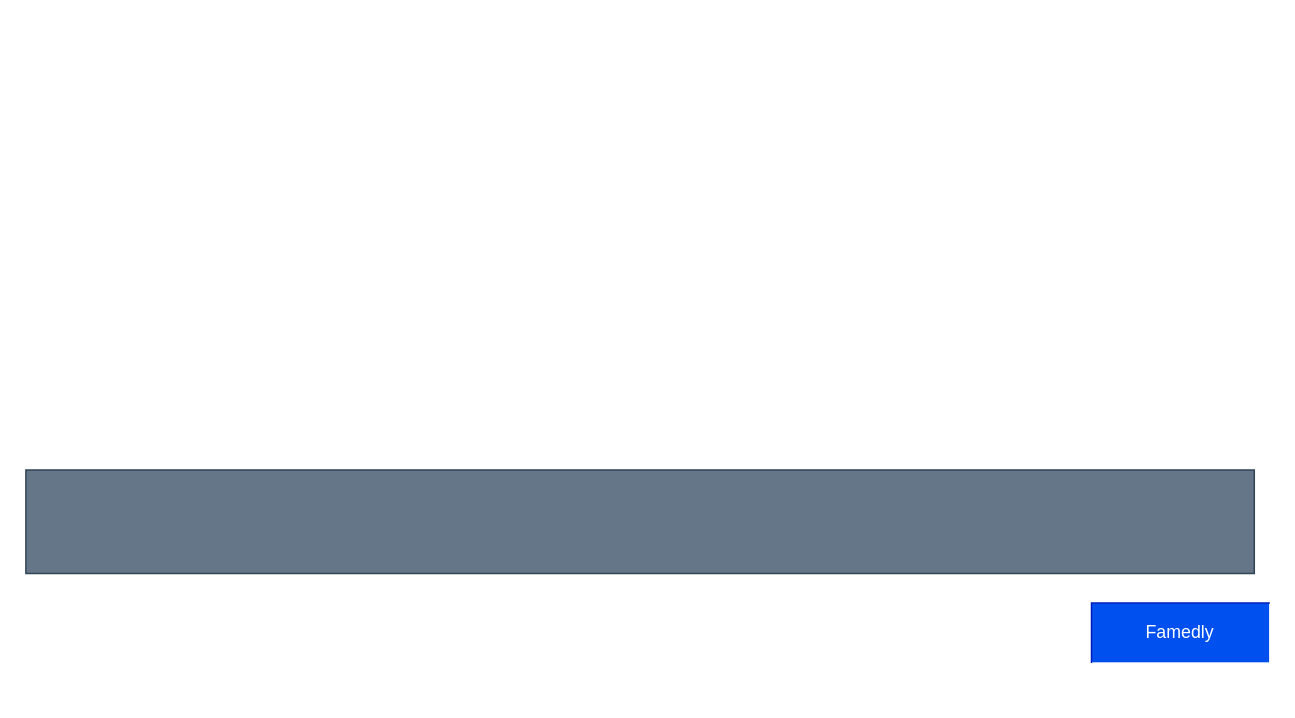
Before: Famedly_diagram.drawio in DimitrijaGj/coursera, a draw.io diagram. Source tidied: cells renumbered, new cells numbered last; positions are measured from the earlier drawing's top-left corner, leaving out a move shared by most shapes. Both pictures are drawn from the tidied source at 148%, with x=0, y=0 at pixel (25, 469).
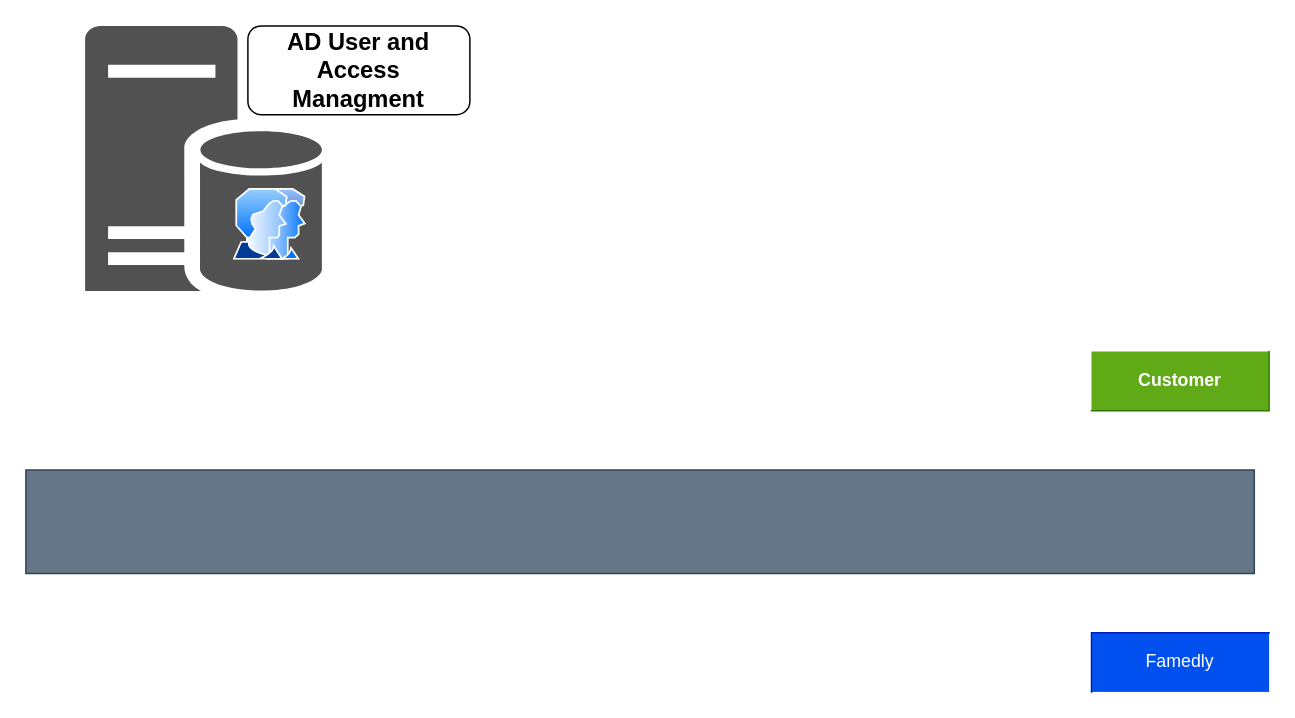
The same diagram, later.

Commit message:
added user AD managment

Change to the diagram source:
```diff
@@
 <mxGraphModel>
   <root>
     <mxCell id="0" />
     <mxCell id="1" parent="0" />
     <mxCell id="2" style="verticalLabelPosition=bottom;verticalAlign=top;html=1;shape=mxgraph.basic.rect;fillColor2=none;strokeWidth=1;size=20;indent=100;fillColor=#647687;fontColor=#ffffff;strokeColor=#314354;" parent="1" vertex="1">
       <mxGeometry width="830" height="70" as="geometry" />
     </mxCell>
     <mxCell id="3" value="Famedly" style="shape=partialRectangle;whiteSpace=wrap;html=1;bottom=0;right=0;fillColor=#0050ef;fontColor=#ffffff;strokeColor=#001DBC;" parent="1" vertex="1">
-      <mxGeometry x="720" y="90" width="120" height="40" as="geometry" />
+      <mxGeometry x="720" y="110" width="120" height="40" as="geometry" />
     </mxCell>
+    <mxCell id="4" value="&lt;b&gt;Customer&lt;/b&gt;" style="shape=partialRectangle;whiteSpace=wrap;html=1;top=0;left=0;fillColor=#60a917;fontColor=#ffffff;strokeColor=#2D7600;" parent="1" vertex="1">
+      <mxGeometry x="720" y="-80" width="120" height="40" as="geometry" />
+    </mxCell>
+    <mxCell id="5" style="sketch=0;shadow=0;dashed=0;html=1;strokeColor=none;labelPosition=center;verticalLabelPosition=bottom;verticalAlign=top;align=center;fillColor=#515151;shape=mxgraph.mscae.enterprise.database_server;" parent="1" vertex="1">
+      <mxGeometry x="40" y="-300" width="160" height="180" as="geometry" />
+    </mxCell>
+    <mxCell id="6" style="image;perimeter=ellipsePerimeter;html=1;align=center;shadow=0;dashed=0;spacingTop=3;image=img/lib/active_directory/user_accounts.svg;" parent="1" vertex="1">
+      <mxGeometry x="140" y="-190" width="50" height="48.5" as="geometry" />
+    </mxCell>
+    <mxCell id="7" value="&lt;b&gt;&lt;font style=&quot;font-size: 16px;&quot;&gt;AD User and Access Managment&lt;/font&gt;&lt;/b&gt;" style="rounded=1;whiteSpace=wrap;html=1;" parent="1" vertex="1">
+      <mxGeometry x="150" y="-300" width="150" height="60" as="geometry" />
+    </mxCell>
   </root>
 </mxGraphModel>
```
